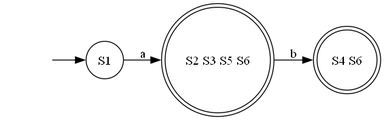
ZiadSheriif/AutoMajestic keeps this Graphviz diagram as output/dfa/dfa.gv.png. Above is the earlier version. Its source is kept beside it as output/dfa/dfa.gv.
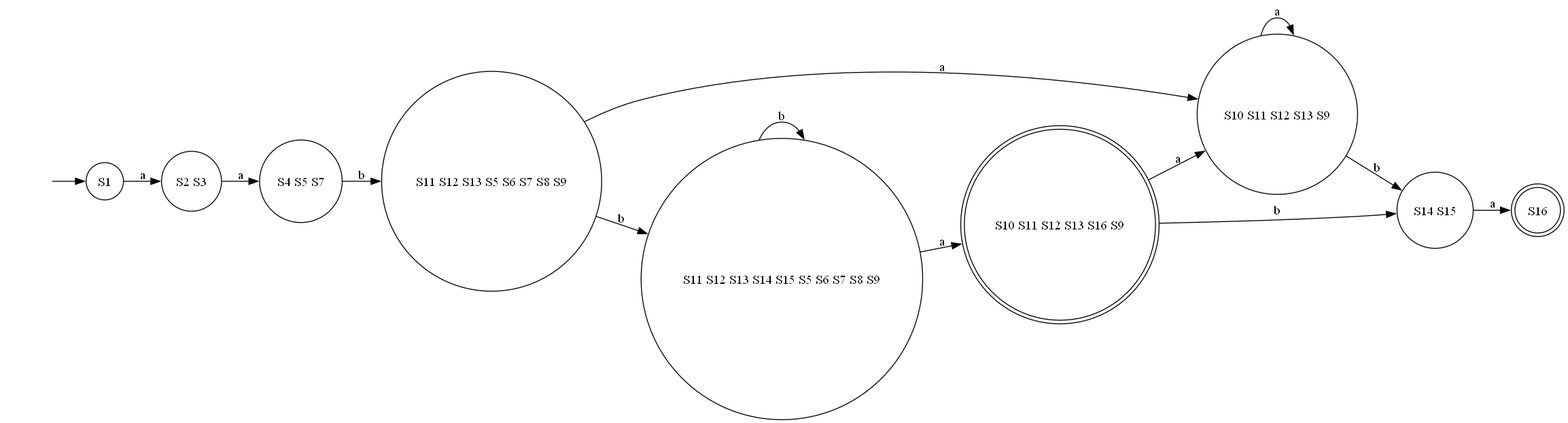
Later version of the same file.

The edit, as a diff of the source:
```diff
@@ -2,9 +2,25 @@
 	"" [shape=none]
 	"" -> S1
 	S1 [shape=circle]
-	S1 -> "S2 S3 S5 S6" [label=a]
-	"S2 S3 S5 S6" [shape=doublecircle]
-	"S2 S3 S5 S6" -> "S4 S6" [label=b]
-	"S4 S6" [shape=doublecircle]
+	S1 -> "S2 S3" [label=a]
+	"S2 S3" [shape=circle]
+	"S2 S3" -> "S4 S5 S7" [label=a]
+	"S4 S5 S7" [shape=circle]
+	"S4 S5 S7" -> "S11 S12 S13 S5 S6 S7 S8 S9" [label=b]
+	"S11 S12 S13 S5 S6 S7 S8 S9" [shape=circle]
+	"S11 S12 S13 S5 S6 S7 S8 S9" -> "S10 S11 S12 S13 S9" [label=a]
+	"S11 S12 S13 S5 S6 S7 S8 S9" -> "S11 S12 S13 S14 S15 S5 S6 S7 S8 S9" [label=b]
+	"S10 S11 S12 S13 S9" [shape=circle]
+	"S10 S11 S12 S13 S9" -> "S10 S11 S12 S13 S9" [label=a]
+	"S10 S11 S12 S13 S9" -> "S14 S15" [label=b]
+	"S11 S12 S13 S14 S15 S5 S6 S7 S8 S9" [shape=circle]
+	"S11 S12 S13 S14 S15 S5 S6 S7 S8 S9" -> "S10 S11 S12 S13 S16 S9" [label=a]
+	"S11 S12 S13 S14 S15 S5 S6 S7 S8 S9" -> "S11 S12 S13 S14 S15 S5 S6 S7 S8 S9" [label=b]
+	"S14 S15" [shape=circle]
+	"S14 S15" -> S16 [label=a]
+	"S10 S11 S12 S13 S16 S9" [shape=doublecircle]
+	"S10 S11 S12 S13 S16 S9" -> "S10 S11 S12 S13 S9" [label=a]
+	"S10 S11 S12 S13 S16 S9" -> "S14 S15" [label=b]
+	S16 [shape=doublecircle]
 	rankdir=LR
 }
```
